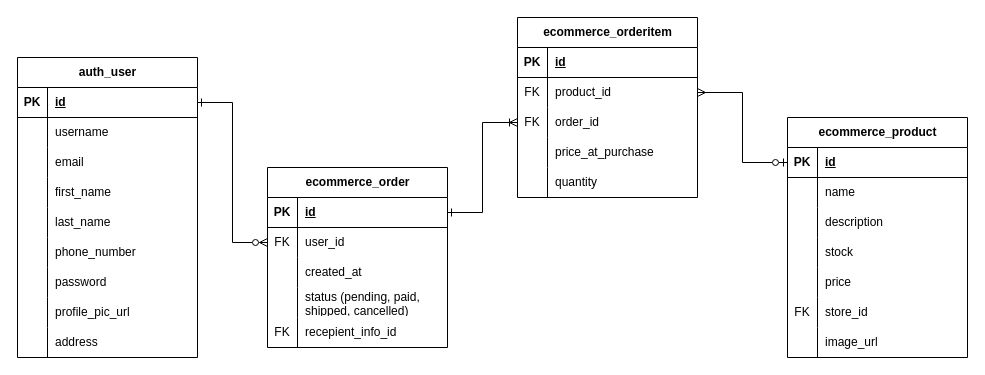
Earlier version of the draw.io diagram page "Order a product" (3 of 3) of E-Commerce API ERD.drawio (RHILIUS/drawio). Source tidied: cells renumbered, new cells numbered last; positions are measured from the earlier drawing's top-left corner, leaving out a move shared by most shapes. Both pictures are drawn from the tidied source at 100%, with x=0, y=0 at pixel (17, 17).
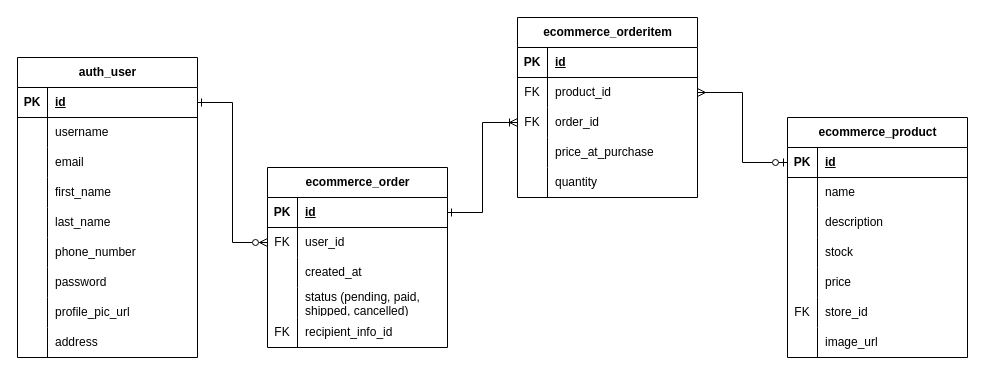
Above is the later version.

The change refers to these unchanged cells:
```xml
<mxCell id="43" style="shape=tableRow;horizontal=0;startSize=0;swimlaneHead=0;swimlaneBody=0;fillColor=none;top=0;left=0;right=0;bottom=0;" parent="30" vertex="1">
  <mxGeometry y="150" width="180" height="30" as="geometry" />
</mxCell>
```

What changed in the source:
```diff
@@
-    <mxCell id="45" value="recepient_info_id" style="shape=partialRectangle;fillColor=none;top=0;left=0;bottom=0;right=0;align=left;spacingLeft=6;overflow=hidden;whiteSpace=wrap;html=1;" parent="43" vertex="1">
+    <mxCell id="45" value="recipient_info_id" style="shape=partialRectangle;fillColor=none;top=0;left=0;bottom=0;right=0;align=left;spacingLeft=6;overflow=hidden;whiteSpace=wrap;html=1;" parent="43" vertex="1">
       <mxGeometry x="30" width="150" height="30" as="geometry" />
     </mxCell>
```
